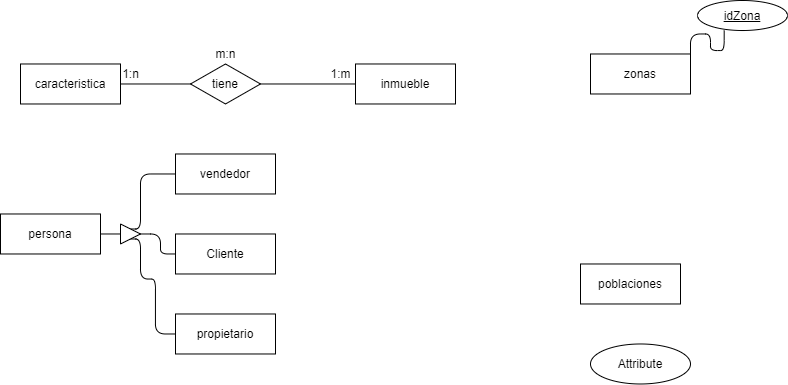
Oscar915/Parcial keeps this draw.io diagram as Parcial.png. Above is the earlier version. Source tidied: cells renumbered, new cells last; positions are measured from the earlier drawing's top-left corner, leaving out a move shared by most shapes.
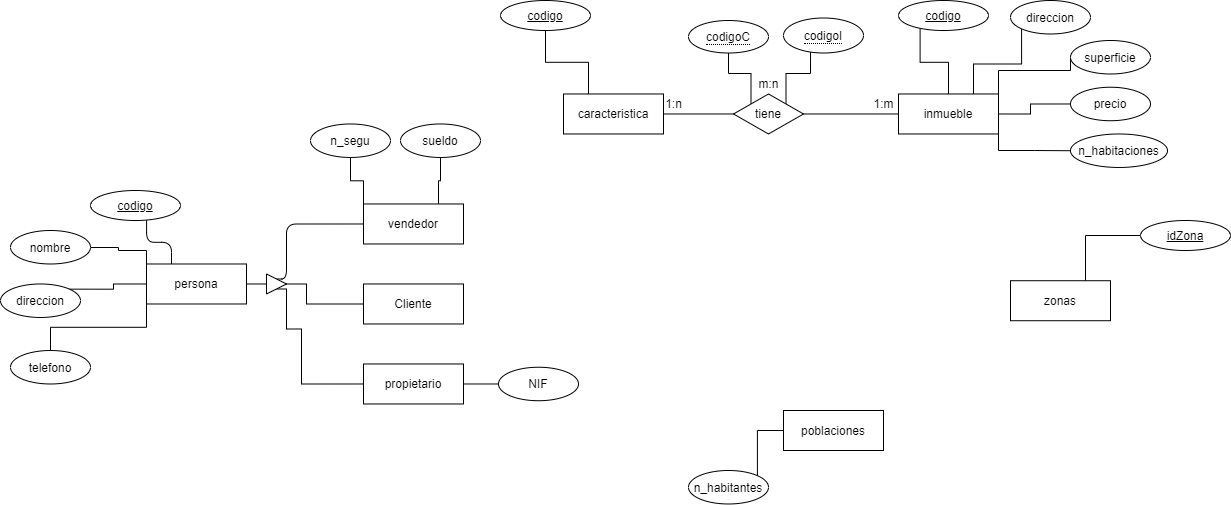
The same diagram one commit later.

Diff of the diagram source:
```diff
@@ -5,44 +5,108 @@
     <mxCell id="2" style="edgeStyle=orthogonalEdgeStyle;rounded=1;jettySize=auto;html=1;exitX=0;exitY=0.5;exitDx=0;exitDy=0;entryX=1;entryY=0.5;entryDx=0;entryDy=0;endArrow=none;endFill=0;" parent="1" edge="1" source="3" target="15">
       <mxGeometry relative="1" as="geometry" />
     </mxCell>
+    <mxCell id="24" style="edgeStyle=orthogonalEdgeStyle;rounded=0;jettySize=auto;html=1;exitX=0.5;exitY=0;exitDx=0;exitDy=0;endArrow=none;endFill=0;entryX=0.24;entryY=0.902;entryDx=0;entryDy=0;entryPerimeter=0;" parent="1" edge="1" source="3" target="40">
+      <mxGeometry relative="1" as="geometry" />
+    </mxCell>
+    <mxCell id="25" style="edgeStyle=orthogonalEdgeStyle;rounded=0;jettySize=auto;html=1;exitX=0.75;exitY=0;exitDx=0;exitDy=0;entryX=0;entryY=1;entryDx=0;entryDy=0;endArrow=none;endFill=0;" parent="1" edge="1" source="3" target="52">
+      <mxGeometry relative="1" as="geometry" />
+    </mxCell>
+    <mxCell id="26" style="edgeStyle=orthogonalEdgeStyle;rounded=0;jettySize=auto;html=1;exitX=1;exitY=0;exitDx=0;exitDy=0;entryX=0;entryY=0.5;entryDx=0;entryDy=0;endArrow=none;endFill=0;" parent="1" edge="1" source="3" target="53">
+      <mxGeometry relative="1" as="geometry">
+        <Array as="points">
+          <mxPoint x="455" y="40" />
+          <mxPoint x="527" y="40" />
+        </Array>
+      </mxGeometry>
+    </mxCell>
+    <mxCell id="27" style="edgeStyle=orthogonalEdgeStyle;rounded=0;jettySize=auto;html=1;exitX=1;exitY=0.5;exitDx=0;exitDy=0;entryX=0;entryY=0.5;entryDx=0;entryDy=0;endArrow=none;endFill=0;" parent="1" edge="1" source="3" target="55">
+      <mxGeometry relative="1" as="geometry">
+        <Array as="points">
+          <mxPoint x="487" y="84" />
+          <mxPoint x="487" y="74" />
+        </Array>
+      </mxGeometry>
+    </mxCell>
+    <mxCell id="28" style="edgeStyle=orthogonalEdgeStyle;rounded=0;jettySize=auto;html=1;exitX=1;exitY=1;exitDx=0;exitDy=0;entryX=0;entryY=0.5;entryDx=0;entryDy=0;endArrow=none;endFill=0;" parent="1" edge="1" source="3" target="54">
+      <mxGeometry relative="1" as="geometry">
+        <Array as="points">
+          <mxPoint x="455" y="120" />
+          <mxPoint x="491" y="120" />
+        </Array>
+      </mxGeometry>
+    </mxCell>
     <mxCell id="3" value="inmueble&lt;br&gt;" style="whiteSpace=wrap;html=1;align=center;" parent="1" vertex="1">
       <mxGeometry x="355" y="63.5" width="100" height="40" as="geometry" />
     </mxCell>
+    <mxCell id="29" style="edgeStyle=orthogonalEdgeStyle;rounded=0;jettySize=auto;html=1;exitX=0;exitY=0.5;exitDx=0;exitDy=0;entryX=1;entryY=0;entryDx=0;entryDy=0;endArrow=none;endFill=0;" parent="1" edge="1" source="4" target="51">
+      <mxGeometry relative="1" as="geometry" />
+    </mxCell>
     <mxCell id="4" value="poblaciones" style="whiteSpace=wrap;html=1;align=center;" parent="1" vertex="1">
-      <mxGeometry x="580" y="263.5" width="100" height="40" as="geometry" />
+      <mxGeometry x="240" y="380" width="100" height="40" as="geometry" />
     </mxCell>
-    <mxCell id="5" style="edgeStyle=orthogonalEdgeStyle;rounded=1;jettySize=auto;html=1;exitX=1;exitY=0;exitDx=0;exitDy=0;entryX=0.041;entryY=0.884;entryDx=0;entryDy=0;entryPerimeter=0;endArrow=none;endFill=0;" parent="1" edge="1" source="6">
-      <mxGeometry relative="1" as="geometry">
-        <mxPoint x="723.7" y="30" as="targetPoint" />
-      </mxGeometry>
-    </mxCell>
+    <mxCell id="30" style="edgeStyle=orthogonalEdgeStyle;rounded=0;jettySize=auto;html=1;exitX=0.75;exitY=0;exitDx=0;exitDy=0;entryX=0;entryY=0.5;entryDx=0;entryDy=0;endArrow=none;endFill=0;" parent="1" edge="1" source="6" target="14">
+      <mxGeometry relative="1" as="geometry" />
+    </mxCell>
     <mxCell id="6" value="zonas" style="whiteSpace=wrap;html=1;align=center;" parent="1" vertex="1">
-      <mxGeometry x="590" y="53.5" width="100" height="40" as="geometry" />
+      <mxGeometry x="467" y="250.2" width="100" height="40" as="geometry" />
     </mxCell>
+    <mxCell id="31" style="edgeStyle=orthogonalEdgeStyle;rounded=1;jettySize=auto;html=1;exitX=0.25;exitY=0;exitDx=0;exitDy=0;entryX=0.623;entryY=0.967;entryDx=0;entryDy=0;entryPerimeter=0;endArrow=none;endFill=0;" parent="1" edge="1" source="7" target="42">
+      <mxGeometry relative="1" as="geometry" />
+    </mxCell>
+    <mxCell id="32" style="edgeStyle=orthogonalEdgeStyle;rounded=0;jettySize=auto;html=1;exitX=0;exitY=0;exitDx=0;exitDy=0;endArrow=none;endFill=0;" parent="1" edge="1" source="7" target="13">
+      <mxGeometry relative="1" as="geometry">
+        <Array as="points">
+          <mxPoint x="-397" y="220" />
+          <mxPoint x="-425" y="220" />
+          <mxPoint x="-425" y="217" />
+        </Array>
+      </mxGeometry>
+    </mxCell>
+    <mxCell id="33" style="edgeStyle=orthogonalEdgeStyle;rounded=0;jettySize=auto;html=1;exitX=0;exitY=0.5;exitDx=0;exitDy=0;entryX=1;entryY=0;entryDx=0;entryDy=0;endArrow=none;endFill=0;" parent="1" edge="1" source="7" target="46">
+      <mxGeometry relative="1" as="geometry" />
+    </mxCell>
+    <mxCell id="34" style="edgeStyle=orthogonalEdgeStyle;rounded=0;jettySize=auto;html=1;exitX=0;exitY=1;exitDx=0;exitDy=0;endArrow=none;endFill=0;" parent="1" edge="1" source="7" target="45">
+      <mxGeometry relative="1" as="geometry" />
+    </mxCell>
     <mxCell id="7" value="persona" style="whiteSpace=wrap;html=1;align=center;" parent="1" vertex="1">
-      <mxGeometry y="213.5" width="100" height="40" as="geometry" />
+      <mxGeometry x="-397" y="233.5" width="100" height="40" as="geometry" />
     </mxCell>
     <mxCell id="8" style="edgeStyle=orthogonalEdgeStyle;rounded=1;jettySize=auto;html=1;exitX=1;exitY=0.5;exitDx=0;exitDy=0;entryX=0;entryY=0.5;entryDx=0;entryDy=0;endArrow=none;endFill=0;" parent="1" edge="1" source="9" target="15">
       <mxGeometry relative="1" as="geometry" />
     </mxCell>
+    <mxCell id="35" style="edgeStyle=orthogonalEdgeStyle;rounded=0;jettySize=auto;html=1;exitX=0.25;exitY=0;exitDx=0;exitDy=0;entryX=0.5;entryY=1;entryDx=0;entryDy=0;endArrow=none;endFill=0;" parent="1" edge="1" source="9" target="41">
+      <mxGeometry relative="1" as="geometry" />
+    </mxCell>
     <mxCell id="9" value="caracteristica" style="whiteSpace=wrap;html=1;align=center;" parent="1" vertex="1">
       <mxGeometry x="20" y="63.5" width="100" height="40" as="geometry" />
     </mxCell>
     <mxCell id="10" value="Cliente&lt;br&gt;" style="whiteSpace=wrap;html=1;align=center;" parent="1" vertex="1">
-      <mxGeometry x="175" y="233.5" width="100" height="40" as="geometry" />
+      <mxGeometry x="-180" y="253.5" width="100" height="40" as="geometry" />
     </mxCell>
+    <mxCell id="36" style="edgeStyle=orthogonalEdgeStyle;rounded=0;jettySize=auto;html=1;exitX=0;exitY=0;exitDx=0;exitDy=0;entryX=0.5;entryY=1;entryDx=0;entryDy=0;endArrow=none;endFill=0;" parent="1" edge="1" source="11" target="49">
+      <mxGeometry relative="1" as="geometry" />
+    </mxCell>
+    <mxCell id="37" style="edgeStyle=orthogonalEdgeStyle;rounded=0;jettySize=auto;html=1;exitX=0.75;exitY=0;exitDx=0;exitDy=0;entryX=0.5;entryY=1;entryDx=0;entryDy=0;endArrow=none;endFill=0;" parent="1" edge="1" source="11" target="50">
+      <mxGeometry relative="1" as="geometry" />
+    </mxCell>
     <mxCell id="11" value="vendedor" style="whiteSpace=wrap;html=1;align=center;" parent="1" vertex="1">
-      <mxGeometry x="175" y="153.5" width="100" height="40" as="geometry" />
+      <mxGeometry x="-180" y="173.5" width="100" height="40" as="geometry" />
     </mxCell>
     <mxCell id="12" value="propietario" style="whiteSpace=wrap;html=1;align=center;" parent="1" vertex="1">
-      <mxGeometry x="175" y="313.5" width="100" height="40" as="geometry" />
+      <mxGeometry x="-180" y="333.5" width="100" height="40" as="geometry" />
     </mxCell>
-    <mxCell id="13" value="Attribute" style="ellipse;whiteSpace=wrap;html=1;align=center;" parent="1" vertex="1">
-      <mxGeometry x="590" y="343.5" width="100" height="40" as="geometry" />
+    <mxCell id="13" value="nombre" style="ellipse;whiteSpace=wrap;html=1;align=center;" parent="1" vertex="1">
+      <mxGeometry x="-533" y="200" width="80" height="33.5" as="geometry" />
     </mxCell>
     <mxCell id="14" value="idZona" style="ellipse;whiteSpace=wrap;html=1;align=center;fontStyle=4;" parent="1" vertex="1">
-      <mxGeometry x="697" width="90" height="30" as="geometry" />
+      <mxGeometry x="597" y="190" width="90" height="30" as="geometry" />
     </mxCell>
+    <mxCell id="38" style="edgeStyle=orthogonalEdgeStyle;rounded=0;jettySize=auto;html=1;exitX=0;exitY=0;exitDx=0;exitDy=0;entryX=0.5;entryY=1;entryDx=0;entryDy=0;endArrow=none;endFill=0;" parent="1" edge="1" source="15" target="44">
+      <mxGeometry relative="1" as="geometry" />
+    </mxCell>
+    <mxCell id="39" style="edgeStyle=orthogonalEdgeStyle;rounded=0;jettySize=auto;html=1;exitX=1;exitY=0;exitDx=0;exitDy=0;entryX=0.338;entryY=0.929;entryDx=0;entryDy=0;entryPerimeter=0;endArrow=none;endFill=0;" parent="1" edge="1" source="15" target="43">
+      <mxGeometry relative="1" as="geometry" />
+    </mxCell>
     <mxCell id="15" value="tiene" style="shape=rhombus;perimeter=rhombusPerimeter;whiteSpace=wrap;html=1;align=center;" parent="1" vertex="1">
       <mxGeometry x="190" y="63.5" width="70" height="40" as="geometry" />
     </mxCell>
@@ -61,31 +125,79 @@
     <mxCell id="20" style="edgeStyle=orthogonalEdgeStyle;rounded=1;jettySize=auto;html=1;exitX=0.5;exitY=0;exitDx=0;exitDy=0;entryX=0;entryY=0.5;entryDx=0;entryDy=0;endArrow=none;endFill=0;" parent="1" edge="1" source="23" target="11">
       <mxGeometry relative="1" as="geometry">
         <Array as="points">
-          <mxPoint x="140" y="228.5" />
-          <mxPoint x="140" y="173.5" />
+          <mxPoint x="-257" y="248.5" />
+          <mxPoint x="-257" y="193.5" />
         </Array>
       </mxGeometry>
     </mxCell>
-    <mxCell id="21" style="edgeStyle=orthogonalEdgeStyle;rounded=1;jettySize=auto;html=1;exitX=1;exitY=0.5;exitDx=0;exitDy=0;endArrow=none;endFill=0;" parent="1" edge="1" source="23" target="10">
+    <mxCell id="21" style="edgeStyle=orthogonalEdgeStyle;rounded=0;jettySize=auto;html=1;exitX=1;exitY=0.5;exitDx=0;exitDy=0;endArrow=none;endFill=0;" parent="1" edge="1" source="23" target="10">
       <mxGeometry relative="1" as="geometry">
         <Array as="points">
-          <mxPoint x="160" y="233.5" />
-          <mxPoint x="160" y="253.5" />
+          <mxPoint x="-237" y="253.5" />
+          <mxPoint x="-237" y="273.5" />
         </Array>
       </mxGeometry>
     </mxCell>
-    <mxCell id="22" style="edgeStyle=orthogonalEdgeStyle;rounded=1;jettySize=auto;html=1;exitX=0.5;exitY=1;exitDx=0;exitDy=0;entryX=0;entryY=0.5;entryDx=0;entryDy=0;endArrow=none;endFill=0;" parent="1" edge="1" source="23" target="12">
+    <mxCell id="22" style="edgeStyle=orthogonalEdgeStyle;rounded=0;jettySize=auto;html=1;exitX=0.5;exitY=1;exitDx=0;exitDy=0;entryX=0;entryY=0.5;entryDx=0;entryDy=0;endArrow=none;endFill=0;" parent="1" edge="1" source="23" target="12">
       <mxGeometry relative="1" as="geometry">
         <Array as="points">
-          <mxPoint x="140" y="238.5" />
-          <mxPoint x="140" y="278.5" />
-          <mxPoint x="155" y="278.5" />
-          <mxPoint x="155" y="333.5" />
+          <mxPoint x="-257" y="258.5" />
+          <mxPoint x="-257" y="298.5" />
+          <mxPoint x="-242" y="298.5" />
+          <mxPoint x="-242" y="353.5" />
         </Array>
       </mxGeometry>
     </mxCell>
     <mxCell id="23" style="triangle;whiteSpace=wrap;html=1;" parent="1" vertex="1">
-      <mxGeometry x="120" y="223.5" width="20" height="20" as="geometry" />
+      <mxGeometry x="-277" y="243.5" width="20" height="20" as="geometry" />
     </mxCell>
+    <mxCell id="40" value="codigo" style="ellipse;whiteSpace=wrap;html=1;align=center;fontStyle=4;" parent="1" vertex="1">
+      <mxGeometry x="355" y="-30" width="90" height="30" as="geometry" />
+    </mxCell>
+    <mxCell id="41" value="codigo" style="ellipse;whiteSpace=wrap;html=1;align=center;fontStyle=4;" parent="1" vertex="1">
+      <mxGeometry x="-43" y="-30" width="90" height="30" as="geometry" />
+    </mxCell>
+    <mxCell id="42" value="codigo" style="ellipse;whiteSpace=wrap;html=1;align=center;fontStyle=4;" parent="1" vertex="1">
+      <mxGeometry x="-453" y="160" width="90" height="30" as="geometry" />
+    </mxCell>
+    <mxCell id="43" value="&lt;span style=&quot;border-bottom: 1px dotted&quot;&gt;codigoI&lt;/span&gt;" style="ellipse;whiteSpace=wrap;html=1;align=center;" parent="1" vertex="1">
+      <mxGeometry x="240" y="-12.5" width="80" height="35" as="geometry" />
+    </mxCell>
+    <mxCell id="44" value="&lt;span style=&quot;border-bottom: 1px dotted&quot;&gt;codigoC&lt;/span&gt;" style="ellipse;whiteSpace=wrap;html=1;align=center;" parent="1" vertex="1">
+      <mxGeometry x="145" y="-10" width="80" height="32.5" as="geometry" />
+    </mxCell>
+    <mxCell id="45" value="telefono" style="ellipse;whiteSpace=wrap;html=1;align=center;" parent="1" vertex="1">
+      <mxGeometry x="-533" y="320" width="80" height="33.5" as="geometry" />
+    </mxCell>
+    <mxCell id="46" value="direccion" style="ellipse;whiteSpace=wrap;html=1;align=center;" parent="1" vertex="1">
+      <mxGeometry x="-543" y="253.5" width="80" height="33.5" as="geometry" />
+    </mxCell>
+    <mxCell id="47" style="edgeStyle=orthogonalEdgeStyle;rounded=1;jettySize=auto;html=1;exitX=0;exitY=0.5;exitDx=0;exitDy=0;entryX=1;entryY=0.5;entryDx=0;entryDy=0;endArrow=none;endFill=0;" parent="1" edge="1" source="48" target="12">
+      <mxGeometry relative="1" as="geometry" />
+    </mxCell>
+    <mxCell id="48" value="NIF" style="ellipse;whiteSpace=wrap;html=1;align=center;" parent="1" vertex="1">
+      <mxGeometry x="-45" y="336.7" width="80" height="33.5" as="geometry" />
+    </mxCell>
+    <mxCell id="49" value="n_segu" style="ellipse;whiteSpace=wrap;html=1;align=center;" parent="1" vertex="1">
+      <mxGeometry x="-233" y="93.5" width="80" height="33.5" as="geometry" />
+    </mxCell>
+    <mxCell id="50" value="sueldo" style="ellipse;whiteSpace=wrap;html=1;align=center;" parent="1" vertex="1">
+      <mxGeometry x="-143" y="93.5" width="80" height="33.5" as="geometry" />
+    </mxCell>
+    <mxCell id="51" value="n_habitantes" style="ellipse;whiteSpace=wrap;html=1;align=center;" parent="1" vertex="1">
+      <mxGeometry x="145" y="440" width="80" height="33.5" as="geometry" />
+    </mxCell>
+    <mxCell id="52" value="direccion" style="ellipse;whiteSpace=wrap;html=1;align=center;" parent="1" vertex="1">
+      <mxGeometry x="467" y="-30" width="80" height="33.5" as="geometry" />
+    </mxCell>
+    <mxCell id="53" value="superficie" style="ellipse;whiteSpace=wrap;html=1;align=center;" parent="1" vertex="1">
+      <mxGeometry x="527" y="10" width="80" height="33.5" as="geometry" />
+    </mxCell>
+    <mxCell id="54" value="n_habitaciones" style="ellipse;whiteSpace=wrap;html=1;align=center;" parent="1" vertex="1">
+      <mxGeometry x="527" y="103.5" width="97" height="33.5" as="geometry" />
+    </mxCell>
+    <mxCell id="55" value="precio" style="ellipse;whiteSpace=wrap;html=1;align=center;" parent="1" vertex="1">
+      <mxGeometry x="527" y="56.7" width="80" height="33.5" as="geometry" />
+    </mxCell>
   </root>
 </mxGraphModel>
```
